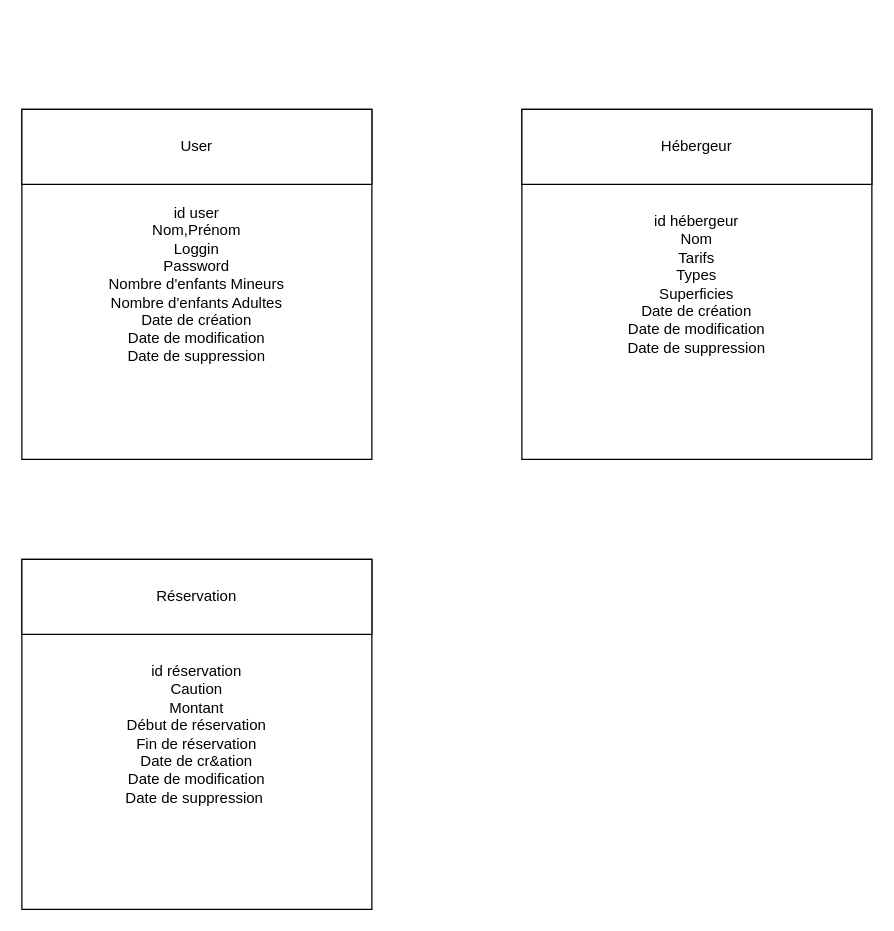
Before: Karulina.drawio in SAKYO17/fantastic-guacamole, a draw.io diagram. Source tidied: cells renumbered, new cells numbered last; positions are measured from the earlier drawing's top-left corner, leaving out a move shared by most shapes. Both pictures are drawn from the tidied source at 125%, with x=0, y=0 at pixel (21, 109).
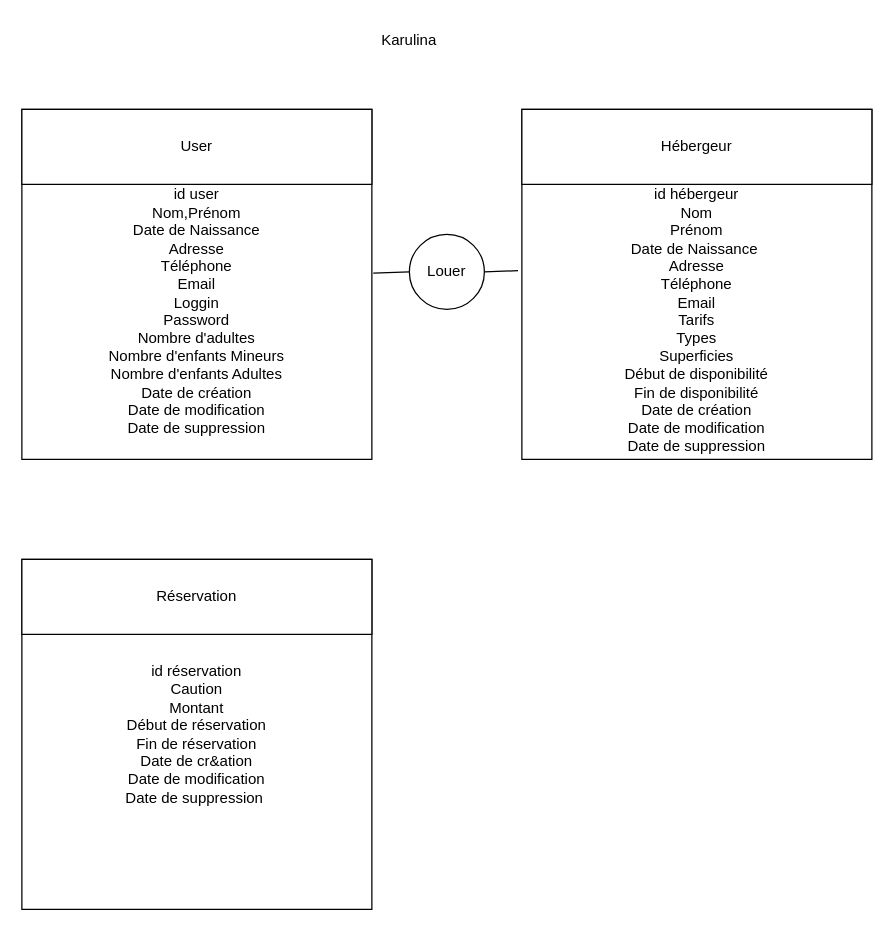
The same page after the edit.

Commit message (it also covers changes not shown here):
Mettre à jour Karulina.drawio

The edit, as a diff of the source:
```diff
@@
 <mxGraphModel>
   <root>
     <mxCell id="0" />
     <mxCell id="1" parent="0" />
-    <mxCell id="2" value="id user&lt;div&gt;Nom,Prénom&lt;/div&gt;&lt;div&gt;Loggin&lt;/div&gt;&lt;div&gt;Password&lt;/div&gt;&lt;div&gt;Nombre d'enfants Mineurs&lt;/div&gt;&lt;div&gt;Nombre d'enfants Adultes&lt;/div&gt;&lt;div&gt;Date de création&lt;/div&gt;&lt;div&gt;Date de modification&lt;/div&gt;&lt;div&gt;Date de suppression&lt;/div&gt;" style="whiteSpace=wrap;html=1;" parent="1" vertex="1">
+    <mxCell id="2" value="&lt;div&gt;&lt;br&gt;&lt;/div&gt;&lt;div&gt;&lt;br&gt;&lt;/div&gt;&lt;div&gt;&lt;br&gt;&lt;/div&gt;id user&lt;div&gt;Nom,Prénom&lt;/div&gt;&lt;div&gt;Date de Naissance&lt;/div&gt;&lt;div&gt;Adresse&lt;/div&gt;&lt;div&gt;Téléphone&lt;/div&gt;&lt;div&gt;Email&lt;/div&gt;&lt;div&gt;Loggin&lt;/div&gt;&lt;div&gt;Password&lt;/div&gt;&lt;div&gt;Nombre d'adultes&lt;/div&gt;&lt;div&gt;Nombre d'enfants Mineurs&lt;/div&gt;&lt;div&gt;Nombre d'enfants Adultes&lt;/div&gt;&lt;div&gt;Date de création&lt;/div&gt;&lt;div&gt;Date de modification&lt;/div&gt;&lt;div&gt;Date de suppression&lt;/div&gt;" style="whiteSpace=wrap;html=1;" parent="1" vertex="1">
       <mxGeometry width="280" height="280" as="geometry" />
     </mxCell>
     <mxCell id="3" value="User" style="rounded=0;whiteSpace=wrap;html=1;" parent="1" vertex="1">
       <mxGeometry width="280" height="60" as="geometry" />
     </mxCell>
-    <mxCell id="4" value="id hébergeur&lt;div&gt;Nom&lt;/div&gt;&lt;div&gt;Tarifs&lt;/div&gt;&lt;div&gt;Types&lt;/div&gt;&lt;div&gt;Superficies&lt;/div&gt;&lt;div&gt;Date de création&lt;/div&gt;&lt;div&gt;Date de modification&lt;/div&gt;&lt;div&gt;Date de suppression&lt;/div&gt;" style="whiteSpace=wrap;html=1;" parent="1" vertex="1">
+    <mxCell id="4" value="&lt;div&gt;&lt;br&gt;&lt;/div&gt;&lt;div&gt;&lt;br&gt;&lt;/div&gt;&lt;div&gt;&lt;br&gt;&lt;/div&gt;&lt;div&gt;&lt;br&gt;&lt;/div&gt;id hébergeur&lt;div&gt;Nom&lt;/div&gt;&lt;div&gt;Prénom&lt;/div&gt;&lt;div&gt;Date de Naissance&amp;nbsp;&lt;/div&gt;&lt;div&gt;Adresse&lt;/div&gt;&lt;div&gt;Téléphone&lt;/div&gt;&lt;div&gt;Email&lt;/div&gt;&lt;div&gt;Tarifs&lt;/div&gt;&lt;div&gt;Types&lt;br&gt;&lt;/div&gt;&lt;div&gt;Superficies&lt;/div&gt;&lt;div&gt;Début de disponibilité&lt;/div&gt;&lt;div&gt;Fin de disponibilité&lt;/div&gt;&lt;div&gt;Date de création&lt;/div&gt;&lt;div&gt;Date de modification&lt;/div&gt;&lt;div&gt;Date de suppression&lt;/div&gt;" style="whiteSpace=wrap;html=1;" parent="1" vertex="1">
       <mxGeometry x="400" width="280" height="280" as="geometry" />
     </mxCell>
     <mxCell id="5" value="Hébergeur" style="rounded=0;whiteSpace=wrap;html=1;" parent="1" vertex="1">
       <mxGeometry x="400" width="280" height="60" as="geometry" />
     </mxCell>
     <mxCell id="6" value="id réservation&lt;div&gt;Caution&lt;/div&gt;&lt;div&gt;Montant&lt;/div&gt;&lt;div&gt;Début de réservation&lt;/div&gt;&lt;div&gt;Fin de réservation&lt;/div&gt;&lt;div&gt;Date de cr&amp;amp;ation&lt;/div&gt;&lt;div&gt;Date de modification&lt;/div&gt;&lt;div&gt;Date de suppression&amp;nbsp;&lt;/div&gt;" style="whiteSpace=wrap;html=1;" parent="1" vertex="1">
       <mxGeometry y="360" width="280" height="280" as="geometry" />
     </mxCell>
     <mxCell id="7" value="Réservation" style="rounded=0;whiteSpace=wrap;html=1;" parent="1" vertex="1">
       <mxGeometry y="360" width="280" height="60" as="geometry" />
     </mxCell>
+    <mxCell id="8" value="Karulina" style="text;html=1;align=center;verticalAlign=middle;whiteSpace=wrap;rounded=0;" parent="1" vertex="1">
+      <mxGeometry x="280" y="-70" width="60" height="30" as="geometry" />
+    </mxCell>
+    <mxCell id="9" value="Louer" style="ellipse;whiteSpace=wrap;html=1;" parent="1" vertex="1">
+      <mxGeometry x="310" y="100" width="60" height="60" as="geometry" />
+    </mxCell>
+    <mxCell id="10" style="endArrow=none;html=1;rounded=0;entryX=-0.011;entryY=0.461;entryDx=0;entryDy=0;entryPerimeter=0;exitX=1;exitY=0.5;exitDx=0;exitDy=0;" parent="1" edge="1" source="9" target="4">
+      <mxGeometry relative="1" as="geometry" />
+    </mxCell>
+    <mxCell id="11" style="endArrow=none;html=1;rounded=0;exitX=1.004;exitY=0.468;exitDx=0;exitDy=0;exitPerimeter=0;" parent="1" edge="1" source="2">
+      <mxGeometry relative="1" as="geometry">
+        <mxPoint x="310" y="130" as="targetPoint" />
+      </mxGeometry>
+    </mxCell>
   </root>
 </mxGraphModel>
```
